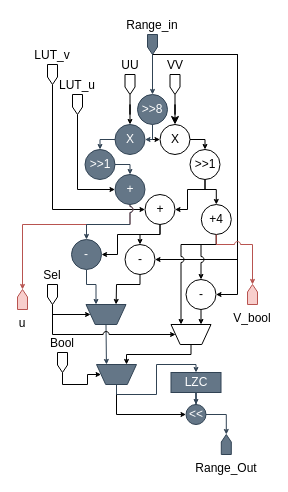
Earlier version of the draw.io diagram page "Stage_2" (6 of 9) of Project/Architecture.drawio (tuliopereirab/arithmetic-encoder-av1). Source tidied: cells renumbered, new cells numbered last; positions are measured from the earlier drawing's top-left corner, leaving out a move shared by most shapes. Both pictures are drawn from the tidied source at 100%, with x=0, y=0 at pixel (17, 34).
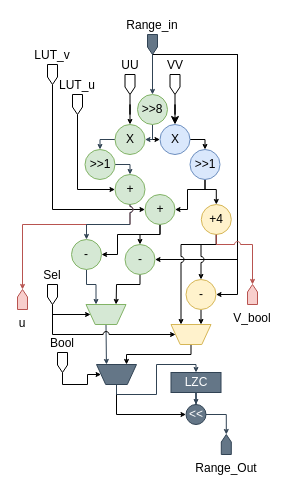
Above is the later version.

Commit message:
Improved the Stage 2 figure.

Diff of the diagram source:
```diff
@@
-    <mxCell id="12" value="&amp;gt;&amp;gt;8" style="ellipse;whiteSpace=wrap;html=1;fillColor=#647687;strokeColor=#314354;fontColor=#ffffff;" parent="1" vertex="1">
+    <mxCell id="12" value="&amp;gt;&amp;gt;8" style="ellipse;whiteSpace=wrap;html=1;fillColor=#d5e8d4;strokeColor=#82b366;" parent="1" vertex="1">
       <mxGeometry x="120" y="60" width="30" height="30" as="geometry" />
     </mxCell>
@@
-    <mxCell id="14" value="X" style="ellipse;whiteSpace=wrap;html=1;fillColor=#647687;strokeColor=#314354;fontColor=#ffffff;" parent="1" vertex="1">
+    <mxCell id="14" value="X" style="ellipse;whiteSpace=wrap;html=1;fillColor=#d5e8d4;strokeColor=#82b366;" parent="1" vertex="1">
       <mxGeometry x="97.5" y="90" width="30" height="30" as="geometry" />
     </mxCell>
@@
-    <mxCell id="16" value="X" style="ellipse;whiteSpace=wrap;html=1;" parent="1" vertex="1">
+    <mxCell id="16" value="X" style="ellipse;whiteSpace=wrap;html=1;fillColor=#dae8fc;strokeColor=#6c8ebf;" parent="1" vertex="1">
       <mxGeometry x="142.5" y="90" width="30" height="30" as="geometry" />
     </mxCell>
@@
-    <mxCell id="19" value="&amp;gt;&amp;gt;1" style="ellipse;whiteSpace=wrap;html=1;" parent="1" vertex="1">
+    <mxCell id="19" value="&amp;gt;&amp;gt;1" style="ellipse;whiteSpace=wrap;html=1;fillColor=#dae8fc;strokeColor=#6c8ebf;" parent="1" vertex="1">
       <mxGeometry x="172.5" y="115" width="30" height="30" as="geometry" />
     </mxCell>
@@
-    <mxCell id="21" value="&amp;gt;&amp;gt;1" style="ellipse;whiteSpace=wrap;html=1;fillColor=#647687;strokeColor=#314354;fontColor=#ffffff;" parent="1" vertex="1">
+    <mxCell id="21" value="&amp;gt;&amp;gt;1" style="ellipse;whiteSpace=wrap;html=1;fillColor=#d5e8d4;strokeColor=#82b366;" parent="1" vertex="1">
       <mxGeometry x="67.5" y="115" width="30" height="30" as="geometry" />
     </mxCell>
@@
-    <mxCell id="24" value="+" style="ellipse;whiteSpace=wrap;html=1;" parent="1" vertex="1">
+    <mxCell id="24" value="+" style="ellipse;whiteSpace=wrap;html=1;fillColor=#d5e8d4;strokeColor=#82b366;" parent="1" vertex="1">
       <mxGeometry x="127.5" y="160" width="30" height="30" as="geometry" />
     </mxCell>
@@
-    <mxCell id="27" value="+4" style="ellipse;whiteSpace=wrap;html=1;" parent="1" vertex="1">
+    <mxCell id="27" value="+4" style="ellipse;whiteSpace=wrap;html=1;fillColor=#fff2cc;strokeColor=#d6b656;" parent="1" vertex="1">
       <mxGeometry x="183.8" y="170" width="30" height="30" as="geometry" />
     </mxCell>
@@
-    <mxCell id="31" value="+" style="ellipse;whiteSpace=wrap;html=1;fillColor=#647687;strokeColor=#314354;fontColor=#ffffff;" parent="1" vertex="1">
+    <mxCell id="31" value="+" style="ellipse;whiteSpace=wrap;html=1;fillColor=#d5e8d4;strokeColor=#82b366;" parent="1" vertex="1">
       <mxGeometry x="97.5" y="140" width="30" height="30" as="geometry" />
     </mxCell>
@@
-    <mxCell id="38" style="verticalLabelPosition=bottom;verticalAlign=top;html=1;shape=trapezoid;perimeter=trapezoidPerimeter;whiteSpace=wrap;size=0.23;arcSize=10;flipV=1;align=center;direction=east;fillColor=#647687;strokeColor=#314354;fontColor=#ffffff;" parent="1" vertex="1">
+    <mxCell id="38" style="verticalLabelPosition=bottom;verticalAlign=top;html=1;shape=trapezoid;perimeter=trapezoidPerimeter;whiteSpace=wrap;size=0.23;arcSize=10;flipV=1;align=center;direction=east;fillColor=#d5e8d4;strokeColor=#82b366;" parent="1" vertex="1">
       <mxGeometry x="68.5" y="270" width="40" height="20" as="geometry" />
     </mxCell>
@@
-    <mxCell id="40" style="verticalLabelPosition=bottom;verticalAlign=top;html=1;shape=trapezoid;perimeter=trapezoidPerimeter;whiteSpace=wrap;size=0.23;arcSize=10;flipV=1;align=center;direction=east;" parent="1" vertex="1">
+    <mxCell id="40" style="verticalLabelPosition=bottom;verticalAlign=top;html=1;shape=trapezoid;perimeter=trapezoidPerimeter;whiteSpace=wrap;size=0.23;arcSize=10;flipV=1;align=center;direction=east;fillColor=#fff2cc;strokeColor=#d6b656;" parent="1" vertex="1">
       <mxGeometry x="153.5" y="290" width="40" height="20" as="geometry" />
     </mxCell>
@@
-    <mxCell id="52" value="-" style="ellipse;whiteSpace=wrap;html=1;fillColor=#647687;strokeColor=#314354;fontColor=#ffffff;" parent="1" vertex="1">
+    <mxCell id="52" value="-" style="ellipse;whiteSpace=wrap;html=1;fillColor=#d5e8d4;strokeColor=#82b366;" parent="1" vertex="1">
       <mxGeometry x="54" y="205" width="30" height="30" as="geometry" />
     </mxCell>
-    <mxCell id="53" value="-" style="ellipse;whiteSpace=wrap;html=1;" parent="1" vertex="1">
+    <mxCell id="53" value="-" style="ellipse;whiteSpace=wrap;html=1;fillColor=#d5e8d4;strokeColor=#82b366;" parent="1" vertex="1">
       <mxGeometry x="107.5" y="210" width="30" height="30" as="geometry" />
     </mxCell>
@@
-    <mxCell id="55" value="-" style="ellipse;whiteSpace=wrap;html=1;" parent="1" vertex="1">
+    <mxCell id="55" value="-" style="ellipse;whiteSpace=wrap;html=1;fillColor=#fff2cc;strokeColor=#d6b656;" parent="1" vertex="1">
       <mxGeometry x="168.5" y="245" width="30" height="30" as="geometry" />
     </mxCell>
```
